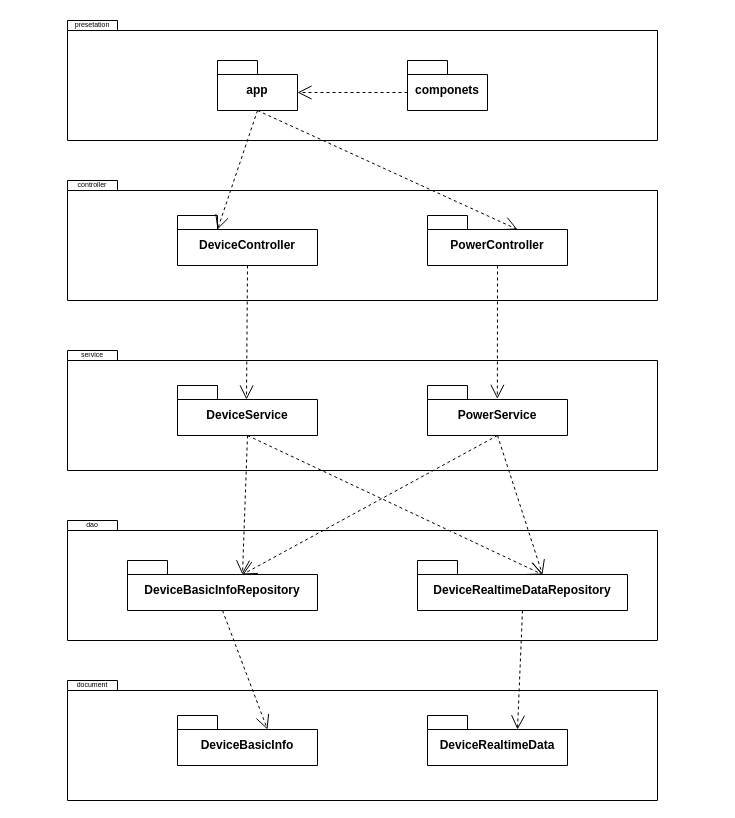
Earlier version of the draw.io diagram 开发总体视图.drawio (YuhangChan/Diagrams). Source tidied: cells renumbered, new cells numbered last; positions are measured from the earlier drawing's top-left corner, leaving out a move shared by most shapes. Both pictures are drawn from the tidied source at 100%, with x=0, y=0 at pixel (67, 20).
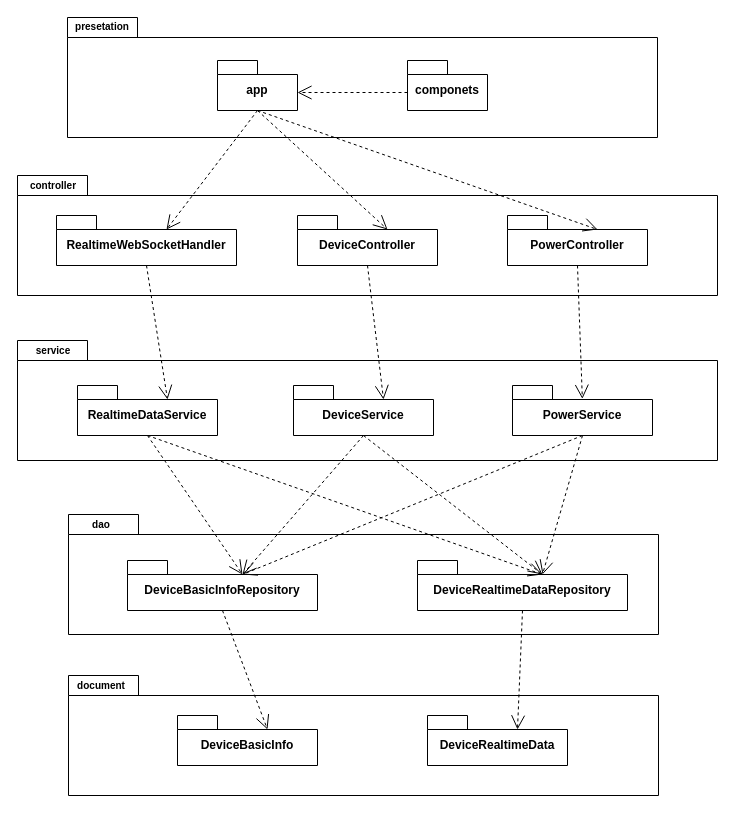
After the change.

Commit message:
更新开发总体视图.drawio

Unchanged cells that the change refers to:
```xml
<mxCell id="3" value="app" style="shape=folder;fontStyle=1;spacingTop=10;tabWidth=40;tabHeight=14;tabPosition=left;html=1;whiteSpace=wrap;" parent="1" vertex="1">
  <mxGeometry x="150" y="40" width="80" height="50" as="geometry" />
</mxCell>
<mxCell id="21" value="DeviceBasicInfoRepository" style="shape=folder;fontStyle=1;spacingTop=10;tabWidth=40;tabHeight=14;tabPosition=left;html=1;whiteSpace=wrap;" parent="1" vertex="1">
  <mxGeometry x="60" y="540" width="190" height="50" as="geometry" />
</mxCell>
<mxCell id="22" value="DeviceRealtimeDataRepository" style="shape=folder;fontStyle=1;spacingTop=10;tabWidth=40;tabHeight=14;tabPosition=left;html=1;whiteSpace=wrap;" parent="1" vertex="1">
  <mxGeometry x="350" y="540" width="210" height="50" as="geometry" />
</mxCell>
```

Change to the diagram source:
```diff
@@
+    <mxCell id="33" style="shape=folder;fontStyle=1;spacingTop=10;tabWidth=70;tabHeight=20;tabPosition=left;html=1;whiteSpace=wrap;" parent="1" vertex="1">
+      <mxGeometry x="1" y="655" width="590" height="120" as="geometry" />
+    </mxCell>
+    <mxCell id="34" style="shape=folder;fontStyle=1;spacingTop=10;tabWidth=70;tabHeight=20;tabPosition=left;html=1;whiteSpace=wrap;" parent="1" vertex="1">
+      <mxGeometry x="1" y="494" width="590" height="120" as="geometry" />
+    </mxCell>
+    <mxCell id="35" style="shape=folder;fontStyle=1;spacingTop=10;tabWidth=70;tabHeight=20;tabPosition=left;html=1;whiteSpace=wrap;" parent="1" vertex="1">
+      <mxGeometry x="-50" y="320" width="700" height="120" as="geometry" />
+    </mxCell>
+    <mxCell id="36" style="shape=folder;fontStyle=1;spacingTop=10;tabWidth=70;tabHeight=20;tabPosition=left;html=1;whiteSpace=wrap;" parent="1" vertex="1">
+      <mxGeometry x="-50" y="155" width="700" height="120" as="geometry" />
+    </mxCell>
-    <mxCell id="2" style="shape=folder;fontStyle=1;spacingTop=10;tabWidth=50;tabHeight=10;tabPosition=left;html=1;whiteSpace=wrap;" parent="1" vertex="1">
-      <mxGeometry width="590" height="120" as="geometry" />
+    <mxCell id="2" style="shape=folder;fontStyle=1;spacingTop=10;tabWidth=70;tabHeight=20;tabPosition=left;html=1;whiteSpace=wrap;" parent="1" vertex="1">
+      <mxGeometry y="-3" width="590" height="120" as="geometry" />
     </mxCell>
@@
-    <mxCell id="6" value="presetation" style="text;html=1;align=center;verticalAlign=middle;whiteSpace=wrap;rounded=0;fontSize=7;" parent="1" vertex="1">
-      <mxGeometry x="10" width="30" height="10" as="geometry" />
+    <mxCell id="6" value="presetation" style="text;html=1;align=center;verticalAlign=middle;whiteSpace=wrap;rounded=0;fontSize=10;fontStyle=1;" parent="1" vertex="1">
+      <mxGeometry x="20" y="1" width="30" height="10" as="geometry" />
     </mxCell>
-    <mxCell id="7" style="shape=folder;fontStyle=1;spacingTop=10;tabWidth=50;tabHeight=10;tabPosition=left;html=1;whiteSpace=wrap;" parent="1" vertex="1">
-      <mxGeometry y="160" width="590" height="120" as="geometry" />
-    </mxCell>
-    <mxCell id="8" value="controller" style="text;html=1;align=center;verticalAlign=middle;whiteSpace=wrap;rounded=0;fontSize=7;" parent="1" vertex="1">
-      <mxGeometry x="10" y="160" width="30" height="10" as="geometry" />
+    <mxCell id="8" value="controller" style="text;html=1;align=center;verticalAlign=middle;whiteSpace=wrap;rounded=0;fontSize=10;fontStyle=1;" parent="1" vertex="1">
+      <mxGeometry x="-29" y="160" width="30" height="10" as="geometry" />
     </mxCell>
     <mxCell id="9" value="DeviceController" style="shape=folder;fontStyle=1;spacingTop=10;tabWidth=40;tabHeight=14;tabPosition=left;html=1;whiteSpace=wrap;" parent="1" vertex="1">
-      <mxGeometry x="110" y="195" width="140" height="50" as="geometry" />
+      <mxGeometry x="230" y="195" width="140" height="50" as="geometry" />
     </mxCell>
     <mxCell id="10" value="PowerController" style="shape=folder;fontStyle=1;spacingTop=10;tabWidth=40;tabHeight=14;tabPosition=left;html=1;whiteSpace=wrap;" parent="1" vertex="1">
-      <mxGeometry x="360" y="195" width="140" height="50" as="geometry" />
+      <mxGeometry x="440" y="195" width="140" height="50" as="geometry" />
     </mxCell>
-    <mxCell id="11" style="endArrow=open;endSize=12;dashed=1;html=1;rounded=0;entryX=0;entryY=0;entryDx=40;entryDy=14;entryPerimeter=0;exitX=0.5;exitY=1;exitDx=0;exitDy=0;exitPerimeter=0;" parent="1" edge="1" source="3" target="9">
+    <mxCell id="11" style="endArrow=open;endSize=12;dashed=1;html=1;rounded=0;entryX=0;entryY=0;entryDx=90;entryDy=14;entryPerimeter=0;exitX=0.5;exitY=1;exitDx=0;exitDy=0;exitPerimeter=0;" parent="1" edge="1" source="3" target="9">
       <mxGeometry relative="1" as="geometry" />
     </mxCell>
@@
-    <mxCell id="13" style="shape=folder;fontStyle=1;spacingTop=10;tabWidth=50;tabHeight=10;tabPosition=left;html=1;whiteSpace=wrap;" parent="1" vertex="1">
-      <mxGeometry y="330" width="590" height="120" as="geometry" />
-    </mxCell>
     <mxCell id="14" value="DeviceService" style="shape=folder;fontStyle=1;spacingTop=10;tabWidth=40;tabHeight=14;tabPosition=left;html=1;whiteSpace=wrap;" parent="1" vertex="1">
-      <mxGeometry x="110" y="365" width="140" height="50" as="geometry" />
+      <mxGeometry x="226" y="365" width="140" height="50" as="geometry" />
     </mxCell>
     <mxCell id="15" value="PowerService" style="shape=folder;fontStyle=1;spacingTop=10;tabWidth=40;tabHeight=14;tabPosition=left;html=1;whiteSpace=wrap;" parent="1" vertex="1">
-      <mxGeometry x="360" y="365" width="140" height="50" as="geometry" />
+      <mxGeometry x="445" y="365" width="140" height="50" as="geometry" />
     </mxCell>
-    <mxCell id="16" value="service" style="text;html=1;align=center;verticalAlign=middle;whiteSpace=wrap;rounded=0;fontSize=7;" parent="1" vertex="1">
-      <mxGeometry x="10" y="330" width="30" height="10" as="geometry" />
+    <mxCell id="16" value="service" style="text;html=1;align=center;verticalAlign=middle;whiteSpace=wrap;rounded=0;fontSize=10;fontStyle=1;" parent="1" vertex="1">
+      <mxGeometry x="-29" y="325" width="30" height="10" as="geometry" />
     </mxCell>
-    <mxCell id="17" style="endArrow=open;endSize=12;dashed=1;html=1;rounded=0;exitX=0.5;exitY=1;exitDx=0;exitDy=0;exitPerimeter=0;" parent="1" edge="1" source="9">
-      <mxGeometry relative="1" as="geometry">
-        <mxPoint x="179" y="379" as="targetPoint" />
-      </mxGeometry>
+    <mxCell id="17" style="endArrow=open;endSize=12;dashed=1;html=1;rounded=0;exitX=0.5;exitY=1;exitDx=0;exitDy=0;exitPerimeter=0;entryX=0;entryY=0;entryDx=90;entryDy=14;entryPerimeter=0;" parent="1" edge="1" source="9" target="14">
+      <mxGeometry relative="1" as="geometry" />
     </mxCell>
@@
-    <mxCell id="19" style="shape=folder;fontStyle=1;spacingTop=10;tabWidth=50;tabHeight=10;tabPosition=left;html=1;whiteSpace=wrap;" parent="1" vertex="1">
-      <mxGeometry y="500" width="590" height="120" as="geometry" />
-    </mxCell>
-    <mxCell id="20" value="dao" style="text;html=1;align=center;verticalAlign=middle;whiteSpace=wrap;rounded=0;fontSize=7;" parent="1" vertex="1">
-      <mxGeometry x="10" y="500" width="30" height="10" as="geometry" />
+    <mxCell id="20" value="dao" style="text;html=1;align=center;verticalAlign=middle;whiteSpace=wrap;rounded=0;fontSize=10;fontStyle=1;" parent="1" vertex="1">
+      <mxGeometry x="19" y="499" width="30" height="10" as="geometry" />
     </mxCell>
@@
-    <mxCell id="27" style="shape=folder;fontStyle=1;spacingTop=10;tabWidth=50;tabHeight=10;tabPosition=left;html=1;whiteSpace=wrap;" parent="1" vertex="1">
-      <mxGeometry y="660" width="590" height="120" as="geometry" />
-    </mxCell>
@@
-    <mxCell id="32" value="document" style="text;html=1;align=center;verticalAlign=middle;whiteSpace=wrap;rounded=0;fontSize=7;" parent="1" vertex="1">
-      <mxGeometry x="10" y="660" width="30" height="10" as="geometry" />
+    <mxCell id="32" value="document" style="text;html=1;align=center;verticalAlign=middle;whiteSpace=wrap;rounded=0;fontSize=10;fontStyle=1;" parent="1" vertex="1">
+      <mxGeometry x="19" y="660" width="30" height="10" as="geometry" />
     </mxCell>
+    <mxCell id="37" value="RealtimeWebSocketHandler" style="shape=folder;fontStyle=1;spacingTop=10;tabWidth=40;tabHeight=14;tabPosition=left;html=1;whiteSpace=wrap;" parent="1" vertex="1">
+      <mxGeometry x="-11" y="195" width="180" height="50" as="geometry" />
+    </mxCell>
+    <mxCell id="38" style="endArrow=open;endSize=12;dashed=1;html=1;rounded=0;entryX=0;entryY=0;entryDx=110;entryDy=14;entryPerimeter=0;exitX=0.5;exitY=1;exitDx=0;exitDy=0;exitPerimeter=0;" parent="1" edge="1" source="3" target="37">
+      <mxGeometry relative="1" as="geometry" />
+    </mxCell>
+    <mxCell id="39" value="RealtimeDataService" style="shape=folder;fontStyle=1;spacingTop=10;tabWidth=40;tabHeight=14;tabPosition=left;html=1;whiteSpace=wrap;" parent="1" vertex="1">
+      <mxGeometry x="10" y="365" width="140" height="50" as="geometry" />
+    </mxCell>
+    <mxCell id="40" style="endArrow=open;endSize=12;dashed=1;html=1;rounded=0;exitX=0.5;exitY=1;exitDx=0;exitDy=0;exitPerimeter=0;entryX=0;entryY=0;entryDx=90;entryDy=14;entryPerimeter=0;" parent="1" edge="1" source="37" target="39">
+      <mxGeometry relative="1" as="geometry" />
+    </mxCell>
+    <mxCell id="41" style="endArrow=open;endSize=12;dashed=1;html=1;rounded=0;exitX=0.5;exitY=1;exitDx=0;exitDy=0;exitPerimeter=0;entryX=0;entryY=0;entryDx=115;entryDy=14;entryPerimeter=0;" parent="1" edge="1" source="39" target="21">
+      <mxGeometry relative="1" as="geometry" />
+    </mxCell>
+    <mxCell id="42" style="endArrow=open;endSize=12;dashed=1;html=1;rounded=0;exitX=0.5;exitY=1;exitDx=0;exitDy=0;exitPerimeter=0;entryX=0;entryY=0;entryDx=125;entryDy=14;entryPerimeter=0;" parent="1" edge="1" source="39" target="22">
+      <mxGeometry relative="1" as="geometry" />
+    </mxCell>
```
